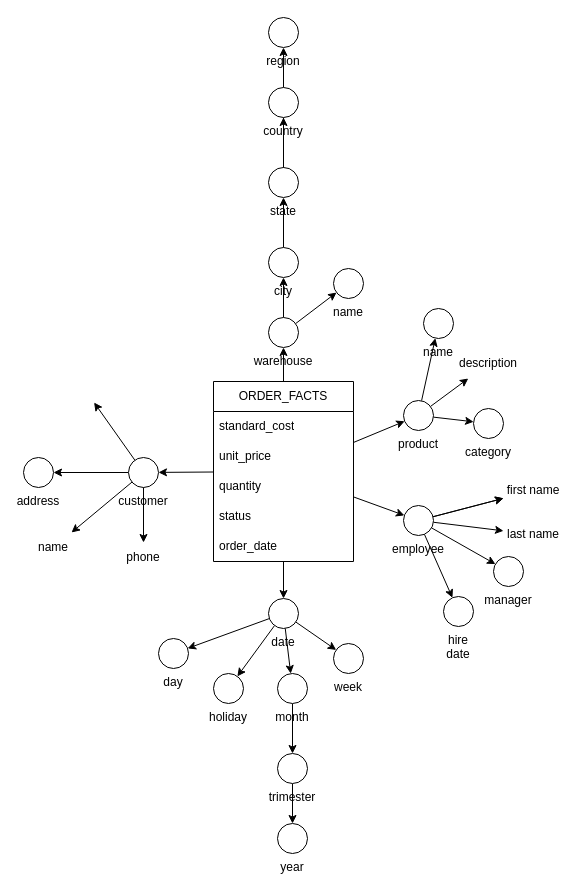
joaobraganca555/GlobalTech_ETL keeps this draw.io diagram as page "ORDER_FACTS" (1 of 4) of docs/DFM.drawio. Above is the earlier version. Source tidied: cells renumbered, new cells numbered last; positions are measured from the earlier drawing's top-left corner, leaving out a move shared by most shapes. Both pictures are drawn from the tidied source at 100%, with x=0, y=0 at pixel (23, 17).
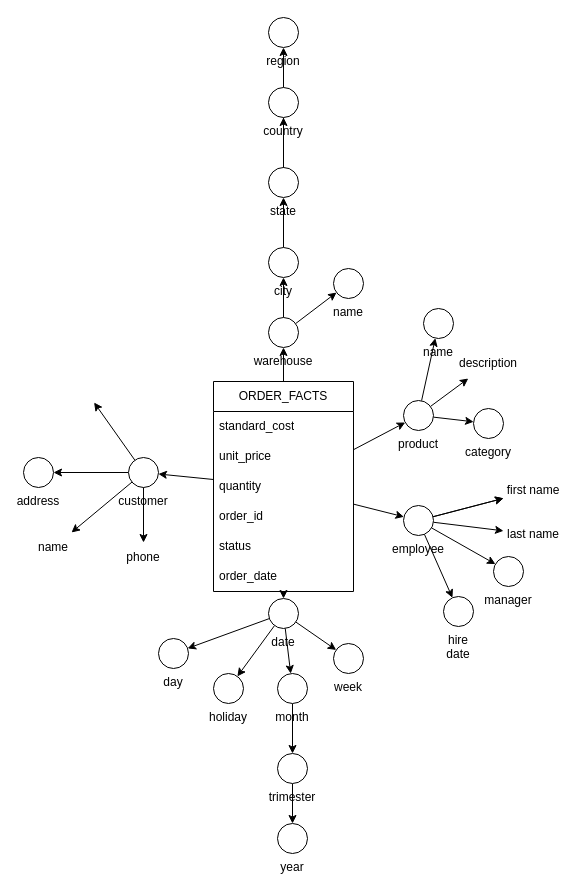
Above is the later version.

The edit, as a diff of the source:
```diff
@@
     <mxCell id="4" value="ORDER_FACTS" style="swimlane;fontStyle=0;horizontal=1;startSize=30;whiteSpace=wrap;html=1;" parent="1" vertex="1">
-      <mxGeometry x="190" y="364" width="140" height="180" as="geometry" />
+      <mxGeometry x="190" y="364" width="140" height="210" as="geometry" />
     </mxCell>
@@
+    <mxCell id="64" value="order_id" style="text;strokeColor=none;fillColor=none;align=left;verticalAlign=middle;spacingLeft=4;spacingRight=4;overflow=hidden;whiteSpace=wrap;html=1;" parent="4" vertex="1">
+      <mxGeometry y="120" width="140" height="30" as="geometry" />
+    </mxCell>
     <mxCell id="8" value="status" style="text;strokeColor=none;fillColor=none;align=left;verticalAlign=middle;spacingLeft=4;spacingRight=4;overflow=hidden;whiteSpace=wrap;html=1;" parent="4" vertex="1">
-      <mxGeometry y="120" width="140" height="30" as="geometry" />
+      <mxGeometry y="150" width="140" height="30" as="geometry" />
     </mxCell>
     <mxCell id="9" value="order_date" style="text;strokeColor=none;fillColor=none;align=left;verticalAlign=middle;spacingLeft=4;spacingRight=4;overflow=hidden;whiteSpace=wrap;html=1;" parent="4" vertex="1">
-      <mxGeometry y="150" width="140" height="30" as="geometry" />
+      <mxGeometry y="180" width="140" height="30" as="geometry" />
     </mxCell>
```
